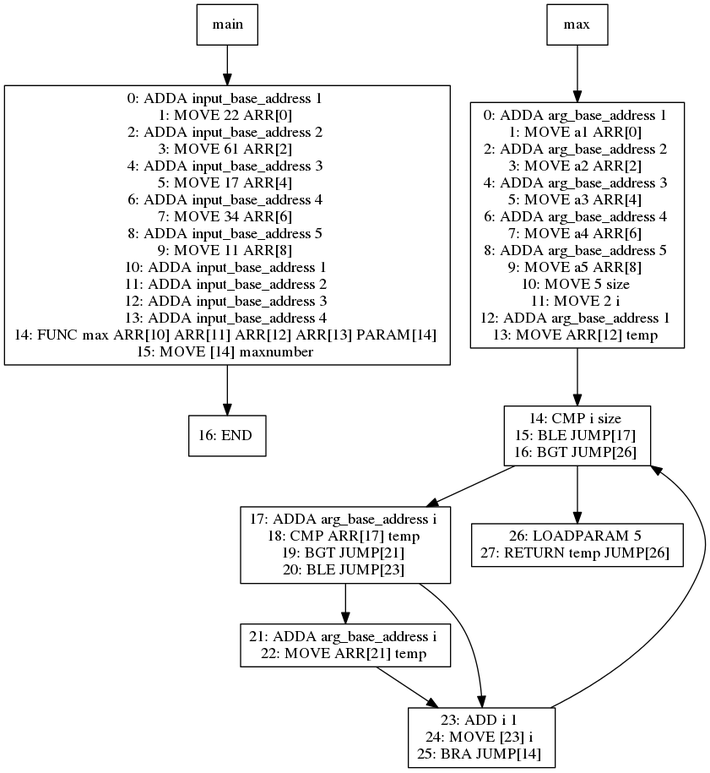
This is viz/test004.dot.png from jiahanwang/PL241-Compiler, a Graphviz export, as it was before one commit. Its source is kept beside it as viz/test004.dot.
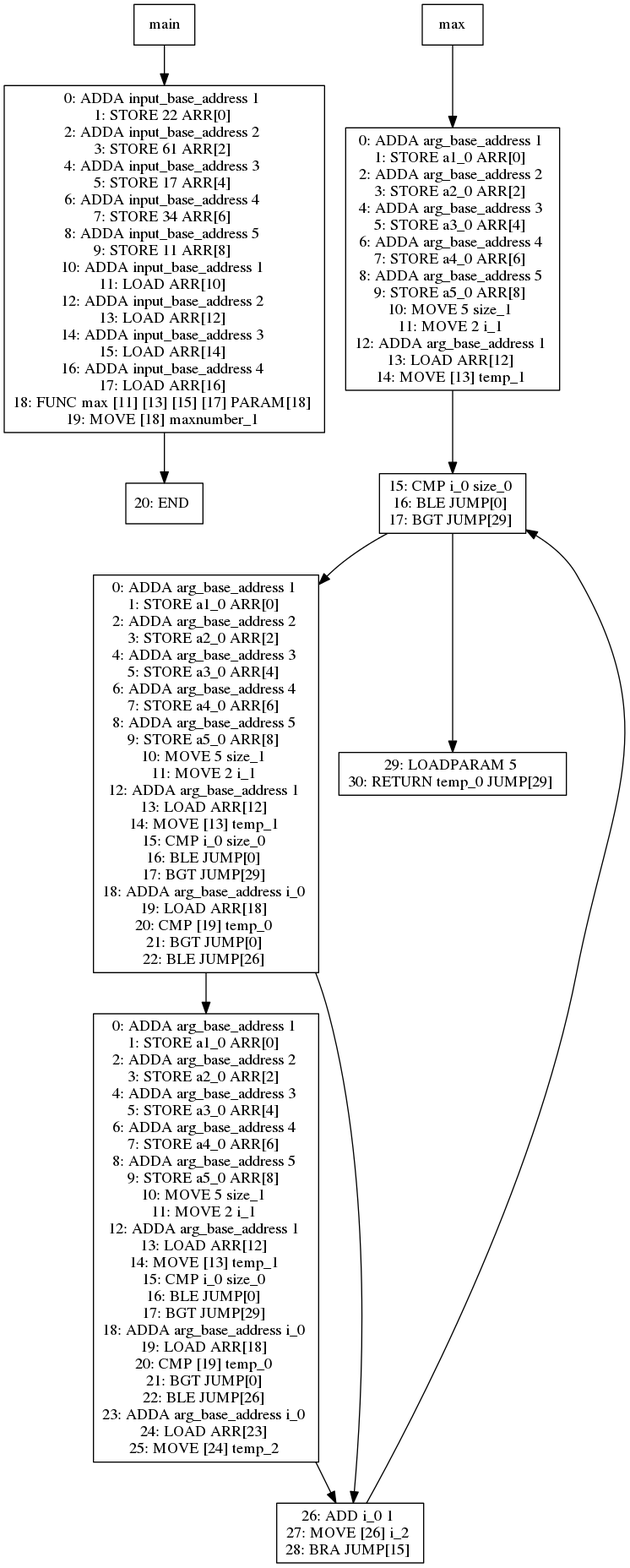
After the commit.

What changed in the source:
```diff
@@ -1,68 +1,139 @@
 digraph test004 {
 node [shape=box]
-71[label="main"]
-71 -> 92
-92[label="0: ADDA input_base_address 1
-1: MOVE 22 ARR[0]
+1[label="main"]
+1 -> 22
+22[label="0: ADDA input_base_address 1
+1: STORE 22 ARR[0]
 2: ADDA input_base_address 2
-3: MOVE 61 ARR[2]
+3: STORE 61 ARR[2]
 4: ADDA input_base_address 3
-5: MOVE 17 ARR[4]
+5: STORE 17 ARR[4]
 6: ADDA input_base_address 4
-7: MOVE 34 ARR[6]
+7: STORE 34 ARR[6]
 8: ADDA input_base_address 5
-9: MOVE 11 ARR[8]
+9: STORE 11 ARR[8]
+0: ADDA input_base_address 1
+1: STORE 22 ARR[0]
+2: ADDA input_base_address 2
+3: STORE 61 ARR[2]
+4: ADDA input_base_address 3
+5: STORE 17 ARR[4]
+6: ADDA input_base_address 4
+7: STORE 34 ARR[6]
+8: ADDA input_base_address 5
+9: STORE 11 ARR[8]
 10: ADDA input_base_address 1
-11: ADDA input_base_address 2
-12: ADDA input_base_address 3
-13: ADDA input_base_address 4
-14: FUNC max ARR[10] ARR[11] ARR[12] ARR[13] PARAM[14]
-15: MOVE [14] maxnumber
+11: LOAD [10]
+12: ADDA input_base_address 2
+13: LOAD [12]
+14: ADDA input_base_address 3
+15: LOAD [14]
+16: ADDA input_base_address 4
+17: LOAD [16]
+18: FUNC max [11] [13] [15] [17] PARAM[18]
+19: MOVE [18] maxnumber_1
 "]
-92 -> 98
-98[label="16: END
+22 -> 28
+28[label="20: END
 "]
-74[label="max"]
-74 -> 77
-77[label="0: ADDA arg_base_address 1
-1: MOVE a1 ARR[0]
+4[label="max"]
+4 -> 7
+7[label="0: ADDA arg_base_address 1
+1: STORE a1_0 ARR[0]
 2: ADDA arg_base_address 2
-3: MOVE a2 ARR[2]
+3: STORE a2_0 ARR[2]
 4: ADDA arg_base_address 3
-5: MOVE a3 ARR[4]
+5: STORE a3_0 ARR[4]
 6: ADDA arg_base_address 4
-7: MOVE a4 ARR[6]
+7: STORE a4_0 ARR[6]
 8: ADDA arg_base_address 5
-9: MOVE a5 ARR[8]
-10: MOVE 5 size
-11: MOVE 2 i
+9: STORE a5_0 ARR[8]
+10: MOVE 5 size_1
+11: MOVE 2 i_1
+0: ADDA arg_base_address 1
+1: STORE a1_0 ARR[0]
+2: ADDA arg_base_address 2
+3: STORE a2_0 ARR[2]
+4: ADDA arg_base_address 3
+5: STORE a3_0 ARR[4]
+6: ADDA arg_base_address 4
+7: STORE a4_0 ARR[6]
+8: ADDA arg_base_address 5
+9: STORE a5_0 ARR[8]
+10: MOVE 5 size_1
+11: MOVE 2 i_1
 12: ADDA arg_base_address 1
-13: MOVE ARR[12] temp
+13: LOAD [12]
+14: MOVE [13] temp_1
 "]
-77 -> 85
-85[label="14: CMP i size
-15: BLE JUMP[17]
-16: BGT JUMP[26]
+7 -> 15
+15[label="15: CMP i_1 size_1
+18: BLE JUMP[2]
+19: BGT JUMP[32]
 "]
-85 -> 87
-87[label="17: ADDA arg_base_address i
-18: CMP ARR[17] temp
-19: BGT JUMP[21]
-20: BLE JUMP[23]
+15 -> 17
+17[label="0: ADDA arg_base_address 1
+1: STORE a1_0 ARR[0]
+2: ADDA arg_base_address 2
+3: STORE a2_0 ARR[2]
+4: ADDA arg_base_address 3
+5: STORE a3_0 ARR[4]
+6: ADDA arg_base_address 4
+7: STORE a4_0 ARR[6]
+8: ADDA arg_base_address 5
+9: STORE a5_0 ARR[8]
+10: MOVE 5 size_1
+11: MOVE 2 i_1
+12: ADDA arg_base_address 1
+13: LOAD [12]
+14: MOVE [13] temp_1
+15: CMP i_1 size_1
+18: BLE JUMP[2]
+19: BGT JUMP[32]
+20: ADDA arg_base_address i_1
+21: LOAD [20]
+22: CMP [21] temp_1
+23: BGT JUMP[2]
+24: BLE JUMP[28]
 "]
-87 -> 89
-89[label="21: ADDA arg_base_address i
-22: MOVE ARR[21] temp
+17 -> 19
+19[label="0: ADDA arg_base_address 1
+1: STORE a1_0 ARR[0]
+2: ADDA arg_base_address 2
+3: STORE a2_0 ARR[2]
+4: ADDA arg_base_address 3
+5: STORE a3_0 ARR[4]
+6: ADDA arg_base_address 4
+7: STORE a4_0 ARR[6]
+8: ADDA arg_base_address 5
+9: STORE a5_0 ARR[8]
+10: MOVE 5 size_1
+11: MOVE 2 i_1
+12: ADDA arg_base_address 1
+13: LOAD [12]
+14: MOVE [13] temp_1
+15: CMP i_1 size_1
+18: BLE JUMP[2]
+19: BGT JUMP[32]
+20: ADDA arg_base_address i_1
+21: LOAD [20]
+22: CMP [21] temp_1
+23: BGT JUMP[2]
+24: BLE JUMP[28]
+25: ADDA arg_base_address i_1
+26: LOAD [25]
+27: MOVE [26] temp_2
 "]
-89 -> 88
-88[label="23: ADD i 1
-24: MOVE [23] i
-25: BRA JUMP[14]
+19 -> 18
+18[label="28: PHI temp_3 temp_2 temp_1
+29: ADD i_1 1
+30: MOVE [29] i_2
+31: BRA JUMP[17]
 "]
-88 -> 85
-87 -> 88
-85 -> 86
-86[label="26: LOADPARAM 5
-27: RETURN temp JUMP[26]
+18 -> 15
+17 -> 18
+15 -> 16
+16[label="30: MOVE [29] i_2
+31: BRA JUMP[17]
 "]
 }
```
